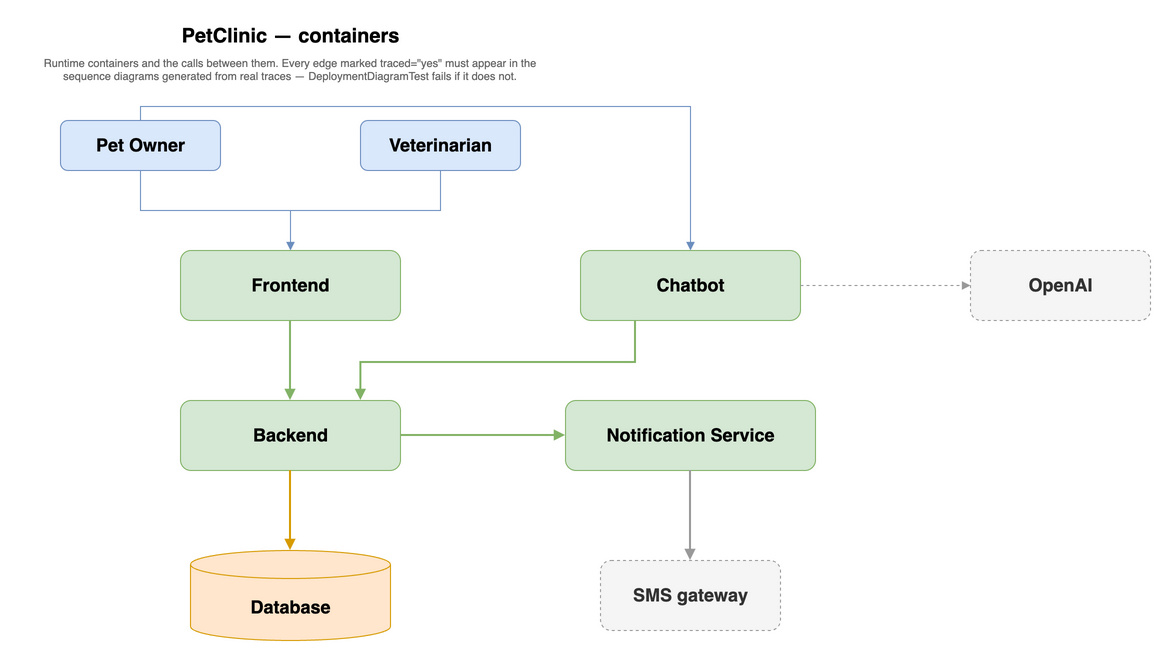
Earlier version of the draw.io export petclinic-backend/docs/Deployment.drawio.png (victorrentea/petclinic). Source tidied: cells renumbered, new cells last; positions are measured from the earlier drawing's top-left corner, leaving out a move shared by most shapes.
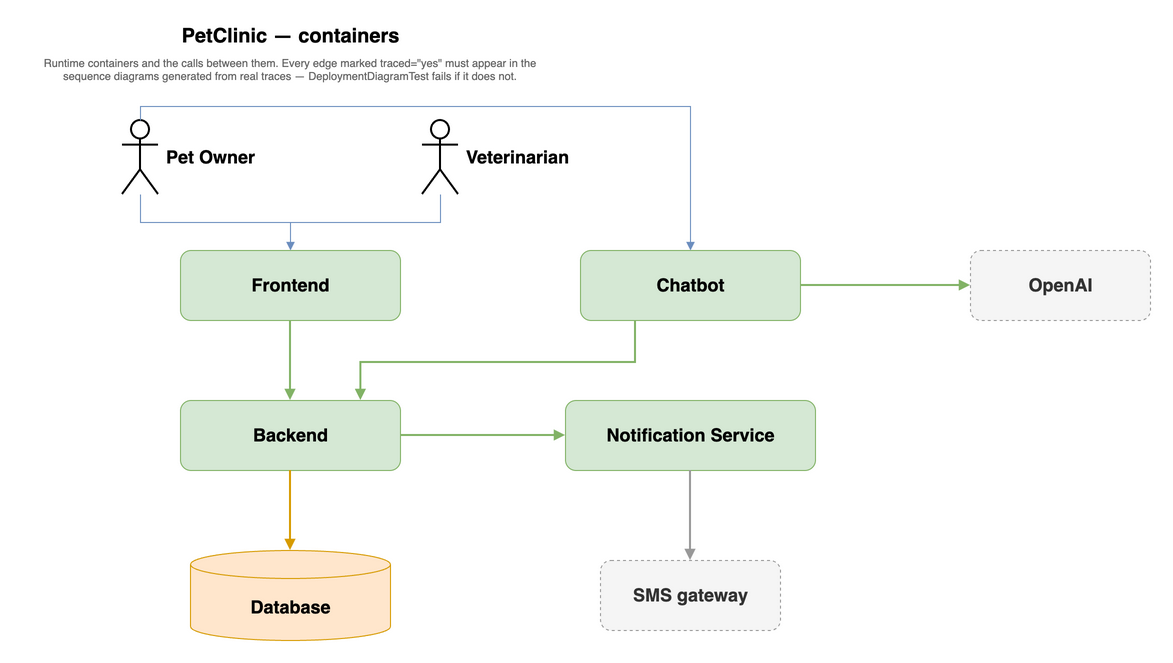
After the commit.

Commit message:
chore(pages): mirror main@051b601

Diff of the diagram source:
```diff
@@ -8,11 +8,11 @@
     <mxCell id="3" value="Runtime containers and the calls between them. Every edge marked traced=&quot;yes&quot; must appear in the sequence diagrams generated from real traces — DeploymentDiagramTest fails if it does not." style="text;html=1;align=center;verticalAlign=top;fontSize=11;fontColor=#666666;whiteSpace=wrap;" parent="1" vertex="1">
       <mxGeometry y="30" width="540" height="46" as="geometry" />
     </mxCell>
-    <mxCell id="4" value="Pet Owner" style="rounded=1;whiteSpace=nowrap;html=1;fillColor=#dae8fc;strokeColor=#6c8ebf;fontSize=18;fontStyle=1;" parent="1" vertex="1">
-      <mxGeometry x="40" y="100" width="160" height="50" as="geometry" />
+    <mxCell id="4" value="Pet Owner" style="shape=umlActor;verticalLabelPosition=middle;labelPosition=right;align=left;verticalAlign=middle;html=1;outlineConnect=0;spacingLeft=6;fillColor=none;strokeColor=default;strokeWidth=2;fontColor=default;fontSize=18;fontStyle=1;" parent="1" vertex="1">
+      <mxGeometry x="102" y="100" width="36" height="74" as="geometry" />
     </mxCell>
-    <mxCell id="5" value="Veterinarian" style="rounded=1;whiteSpace=nowrap;html=1;fillColor=#dae8fc;strokeColor=#6c8ebf;fontSize=18;fontStyle=1;" parent="1" vertex="1">
-      <mxGeometry x="340" y="100" width="160" height="50" as="geometry" />
+    <mxCell id="5" value="Veterinarian" style="shape=umlActor;verticalLabelPosition=middle;labelPosition=right;align=left;verticalAlign=middle;html=1;outlineConnect=0;spacingLeft=6;fillColor=none;strokeColor=default;strokeWidth=2;fontColor=default;fontSize=18;fontStyle=1;" parent="1" vertex="1">
+      <mxGeometry x="402" y="100" width="36" height="74" as="geometry" />
     </mxCell>
     <mxCell id="6" value="&lt;b&gt;Frontend&lt;/b&gt;" style="rounded=1;whiteSpace=nowrap;html=1;fillColor=#d5e8d4;strokeColor=#82b366;fontSize=18;verticalAlign=middle;fontStyle=1;" parent="1" vertex="1">
       <mxGeometry x="160" y="230" width="220" height="70" as="geometry" />
@@ -23,10 +23,10 @@
     <mxCell id="8" value="&lt;b&gt;Database&lt;/b&gt;" style="shape=cylinder3;whiteSpace=nowrap;html=1;boundedLbl=1;backgroundOutline=1;size=14;fillColor=#ffe6cc;strokeColor=#d79b00;fontSize=18;verticalAlign=middle;fontStyle=1;" parent="1" vertex="1">
       <mxGeometry x="170" y="530" width="200" height="90" as="geometry" />
     </mxCell>
-    <mxCell id="9" style="edgeStyle=orthogonalEdgeStyle;rounded=0;html=1;labelBackgroundColor=#FFFFFF;endArrow=block;strokeColor=#6c8ebf;fontSize=11;" parent="1" edge="1" source="4" target="6">
+    <mxCell id="9" style="edgeStyle=orthogonalEdgeStyle;rounded=0;html=1;labelBackgroundColor=#FFFFFF;endArrow=block;strokeColor=#6c8ebf;fontSize=11;exitX=0.5;exitY=1;exitDx=0;exitDy=0;entryX=0.5;entryY=0;entryDx=0;entryDy=0;" parent="1" edge="1" source="4" target="6">
       <mxGeometry relative="1" as="geometry" />
     </mxCell>
-    <mxCell id="10" style="edgeStyle=orthogonalEdgeStyle;rounded=0;html=1;labelBackgroundColor=#FFFFFF;endArrow=block;strokeColor=#6c8ebf;fontSize=11;" parent="1" edge="1" source="5" target="6">
+    <mxCell id="10" style="edgeStyle=orthogonalEdgeStyle;rounded=0;html=1;labelBackgroundColor=#FFFFFF;endArrow=block;strokeColor=#6c8ebf;fontSize=11;exitX=0.5;exitY=1;exitDx=0;exitDy=0;entryX=0.5;entryY=0;entryDx=0;entryDy=0;" parent="1" edge="1" source="5" target="6">
       <mxGeometry relative="1" as="geometry" />
     </mxCell>
     <mxCell id="11" style="edgeStyle=orthogonalEdgeStyle;rounded=0;html=1;labelBackgroundColor=#FFFFFF;endArrow=block;strokeWidth=2;strokeColor=#82b366;fontSize=11;" parent="1" edge="1" source="6" target="7">
@@ -64,7 +64,7 @@
         <mxPoint y="-21" as="offset" />
       </mxGeometry>
     </mxCell>
-    <mxCell id="19" style="edgeStyle=orthogonalEdgeStyle;rounded=0;html=1;labelBackgroundColor=#FFFFFF;endArrow=block;dashed=1;strokeColor=#999999;fontColor=#666666;fontSize=11;exitDx=0;exitDy=0;entryDx=0;entryDy=0;exitX=1;exitY=0.5;entryX=0;entryY=0.5;" parent="1" edge="1" source="14" target="15">
+    <mxCell id="19" style="edgeStyle=orthogonalEdgeStyle;rounded=0;html=1;labelBackgroundColor=#FFFFFF;endArrow=block;strokeWidth=2;strokeColor=#82b366;fontSize=11;exitDx=0;exitDy=0;entryDx=0;entryDy=0;exitX=1;exitY=0.5;entryX=0;entryY=0.5;" parent="1" edge="1" source="14" target="15">
       <mxGeometry relative="1" as="geometry" />
     </mxCell>
     <mxCell id="20" value="&lt;b&gt;SMS gateway&lt;/b&gt;" style="rounded=1;whiteSpace=nowrap;html=1;fillColor=#f5f5f5;strokeColor=#999999;fontColor=#333333;dashed=1;fontSize=18;verticalAlign=middle;fontStyle=1;" parent="1" vertex="1">
```
